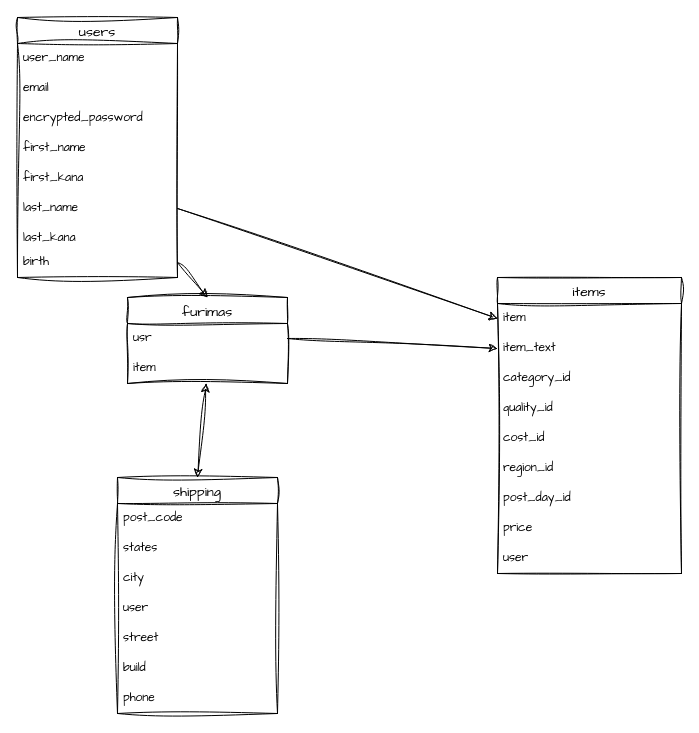
Above: furima.dio in tyabashira/furima-39711 (draw.io), before the change. Source tidied: cells renumbered, new cells numbered last; positions are measured from the earlier drawing's top-left corner, leaving out a move shared by most shapes. Both pictures are drawn from the tidied source at 100%, with x=0, y=0 at pixel (17, 17).
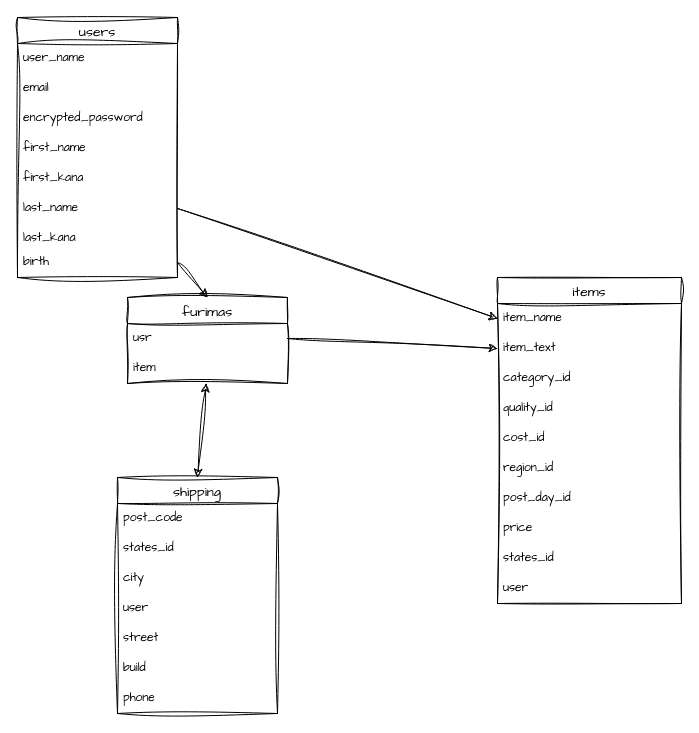
Above is the later version.

Unchanged cells that the change refers to:
```xml
<mxCell id="11" value="shipping" style="swimlane;fontStyle=0;horizontal=1;startSize=26;align=center;fontSize=14;sketch=1;hachureGap=4;jiggle=2;curveFitting=1;fontFamily=Architects Daughter;" parent="1" vertex="1">
  <mxGeometry x="100" y="460" width="160" height="236" as="geometry" />
</mxCell>
```

The edit, as a diff of the source:
```diff
@@
-    <mxCell id="13" value="states" style="text;strokeColor=none;fillColor=none;spacingLeft=4;spacingRight=4;overflow=hidden;fontSize=12;sketch=1;hachureGap=4;jiggle=2;curveFitting=1;fontFamily=Architects Daughter;" parent="11" vertex="1">
+    <mxCell id="13" value="states_id" style="text;strokeColor=none;fillColor=none;spacingLeft=4;spacingRight=4;overflow=hidden;fontSize=12;sketch=1;hachureGap=4;jiggle=2;curveFitting=1;fontFamily=Architects Daughter;" parent="11" vertex="1">
       <mxGeometry y="56" width="160" height="30" as="geometry" />
     </mxCell>
@@
     <mxCell id="22" value="items" style="swimlane;fontStyle=0;horizontal=1;startSize=26;align=center;fontSize=14;sketch=1;hachureGap=4;jiggle=2;curveFitting=1;fontFamily=Architects Daughter;" parent="1" vertex="1">
-      <mxGeometry x="480" y="260" width="184" height="296" as="geometry" />
+      <mxGeometry x="480" y="260" width="184" height="326" as="geometry" />
     </mxCell>
-    <mxCell id="23" value="item" style="text;strokeColor=none;fillColor=none;spacingLeft=4;spacingRight=4;overflow=hidden;fontSize=12;sketch=1;hachureGap=4;jiggle=2;curveFitting=1;fontFamily=Architects Daughter;" parent="22" vertex="1">
+    <mxCell id="23" value="item_name" style="text;strokeColor=none;fillColor=none;spacingLeft=4;spacingRight=4;overflow=hidden;fontSize=12;sketch=1;hachureGap=4;jiggle=2;curveFitting=1;fontFamily=Architects Daughter;" parent="22" vertex="1">
       <mxGeometry y="26" width="184" height="30" as="geometry" />
     </mxCell>
@@
+    <mxCell id="36" value="price" style="text;strokeColor=none;fillColor=none;spacingLeft=4;spacingRight=4;overflow=hidden;fontSize=12;sketch=1;hachureGap=4;jiggle=2;curveFitting=1;fontFamily=Architects Daughter;" parent="22" vertex="1">
+      <mxGeometry y="236" width="184" height="30" as="geometry" />
+    </mxCell>
-    <mxCell id="30" value="price" style="text;strokeColor=none;fillColor=none;spacingLeft=4;spacingRight=4;overflow=hidden;fontSize=12;sketch=1;hachureGap=4;jiggle=2;curveFitting=1;fontFamily=Architects Daughter;" parent="22" vertex="1">
-      <mxGeometry y="236" width="184" height="30" as="geometry" />
+    <mxCell id="30" value="states_id" style="text;strokeColor=none;fillColor=none;spacingLeft=4;spacingRight=4;overflow=hidden;fontSize=12;sketch=1;hachureGap=4;jiggle=2;curveFitting=1;fontFamily=Architects Daughter;" parent="22" vertex="1">
+      <mxGeometry y="266" width="184" height="30" as="geometry" />
     </mxCell>
     <mxCell id="31" value="user" style="text;strokeColor=none;fillColor=none;spacingLeft=4;spacingRight=4;overflow=hidden;fontSize=12;sketch=1;hachureGap=4;jiggle=2;curveFitting=1;fontFamily=Architects Daughter;" parent="22" vertex="1">
-      <mxGeometry y="266" width="184" height="30" as="geometry" />
+      <mxGeometry y="296" width="184" height="30" as="geometry" />
     </mxCell>
```
